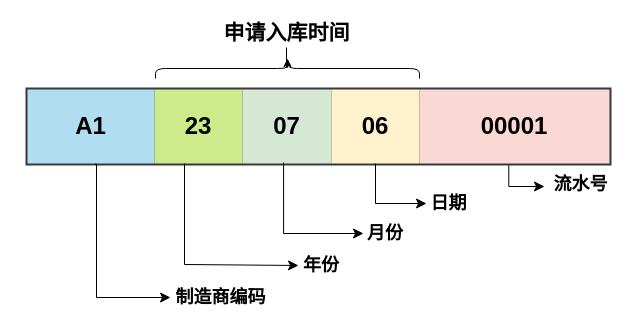
sjxbg/xmindfile keeps this draw.io diagram as 未命名绘图.drawio. Above is the earlier version. Source tidied: cells renumbered, new cells numbered last; positions are measured from the earlier drawing's top-left corner, leaving out a move shared by most shapes. Both pictures are drawn from the tidied source at 100%, with x=0, y=0 at pixel (27, 17).
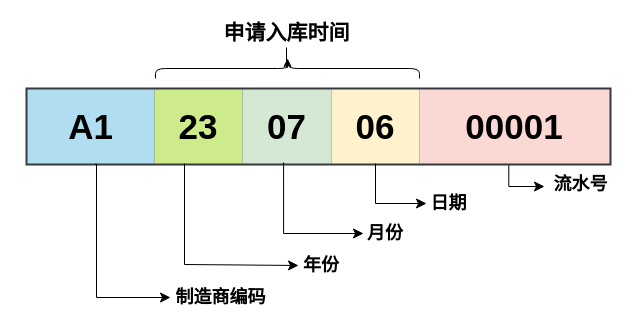
The same diagram, later.

The change refers to these unchanged cells:
```xml
<mxCell id="3" style="shape=tableRow;horizontal=0;startSize=0;swimlaneHead=0;swimlaneBody=0;strokeColor=inherit;top=0;left=0;bottom=0;right=0;fillColor=none;points=[[0,0.5],[1,0.5]];portConstraint=eastwest;fontSize=16;" parent="2" vertex="1">
  <mxGeometry width="582" height="74" as="geometry" />
</mxCell>
```

Change to the diagram source:
```diff
@@
-    <mxCell id="4" value="&lt;font style=&quot;font-size: 24px;&quot;&gt;A1&lt;/font&gt;" style="shape=partialRectangle;html=1;whiteSpace=wrap;strokeColor=#000000;overflow=hidden;fillColor=#b1ddf0;top=0;left=0;bottom=0;right=0;fontSize=24;fontStyle=1;strokeWidth=20;" parent="3" vertex="1">
+    <mxCell id="4" value="&lt;font style=&quot;font-size: 35px;&quot;&gt;A1&lt;/font&gt;" style="shape=partialRectangle;html=1;whiteSpace=wrap;strokeColor=#000000;overflow=hidden;fillColor=#b1ddf0;top=0;left=0;bottom=0;right=0;fontSize=35;fontStyle=1;strokeWidth=20;" parent="3" vertex="1">
       <mxGeometry width="127" height="74" as="geometry" />
     </mxCell>
-    <mxCell id="5" value="&lt;b style=&quot;font-size: 24px;&quot;&gt;&lt;font style=&quot;font-size: 24px;&quot;&gt;23&lt;/font&gt;&lt;/b&gt;" style="shape=partialRectangle;html=1;whiteSpace=wrap;strokeColor=#36393d;overflow=hidden;fillColor=#cdeb8b;top=0;left=0;bottom=0;right=0;fontSize=24;strokeWidth=20;" parent="3" vertex="1">
+    <mxCell id="5" value="&lt;b style=&quot;font-size: 35px;&quot;&gt;&lt;font style=&quot;font-size: 35px;&quot;&gt;23&lt;/font&gt;&lt;/b&gt;" style="shape=partialRectangle;html=1;whiteSpace=wrap;strokeColor=#36393d;overflow=hidden;fillColor=#cdeb8b;top=0;left=0;bottom=0;right=0;fontSize=35;strokeWidth=20;" parent="3" vertex="1">
       <mxGeometry x="127" width="88" height="74" as="geometry" />
     </mxCell>
-    <mxCell id="6" value="&lt;b style=&quot;border-color: var(--border-color); font-size: 24px;&quot;&gt;&lt;font style=&quot;border-color: var(--border-color); font-size: 24px;&quot;&gt;07&lt;/font&gt;&lt;/b&gt;" style="shape=partialRectangle;html=1;whiteSpace=wrap;strokeColor=#82b366;overflow=hidden;fillColor=#d5e8d4;top=0;left=0;bottom=0;right=0;fontSize=24;strokeWidth=20;" parent="3" vertex="1">
+    <mxCell id="6" value="&lt;b style=&quot;border-color: var(--border-color); font-size: 35px;&quot;&gt;&lt;font style=&quot;border-color: var(--border-color); font-size: 35px;&quot;&gt;07&lt;/font&gt;&lt;/b&gt;" style="shape=partialRectangle;html=1;whiteSpace=wrap;strokeColor=#82b366;overflow=hidden;fillColor=#d5e8d4;top=0;left=0;bottom=0;right=0;fontSize=35;strokeWidth=20;" parent="3" vertex="1">
       <mxGeometry x="215" width="89" height="74" as="geometry" />
     </mxCell>
-    <mxCell id="7" value="&lt;b style=&quot;border-color: var(--border-color); font-size: 24px;&quot;&gt;&lt;font style=&quot;border-color: var(--border-color); font-size: 24px;&quot;&gt;06&lt;/font&gt;&lt;/b&gt;" style="shape=partialRectangle;html=1;whiteSpace=wrap;strokeColor=#d6b656;overflow=hidden;fillColor=#fff2cc;top=0;left=0;bottom=0;right=0;fontSize=24;strokeWidth=20;" parent="3" vertex="1">
+    <mxCell id="7" value="&lt;b style=&quot;border-color: var(--border-color); font-size: 35px;&quot;&gt;&lt;font style=&quot;border-color: var(--border-color); font-size: 35px;&quot;&gt;06&lt;/font&gt;&lt;/b&gt;" style="shape=partialRectangle;html=1;whiteSpace=wrap;strokeColor=#d6b656;overflow=hidden;fillColor=#fff2cc;top=0;left=0;bottom=0;right=0;fontSize=35;strokeWidth=20;" parent="3" vertex="1">
       <mxGeometry x="304" width="88" height="74" as="geometry" />
     </mxCell>
-    <mxCell id="8" value="&lt;b style=&quot;font-size: 24px;&quot;&gt;&lt;font style=&quot;font-size: 24px;&quot;&gt;00001&lt;/font&gt;&lt;/b&gt;" style="shape=partialRectangle;html=1;whiteSpace=wrap;strokeColor=#000000;overflow=hidden;fillColor=#fad9d5;top=0;left=0;bottom=0;right=0;fontSize=24;strokeWidth=20;" parent="3" vertex="1">
+    <mxCell id="8" value="&lt;b style=&quot;font-size: 35px;&quot;&gt;&lt;font style=&quot;font-size: 35px;&quot;&gt;00001&lt;/font&gt;&lt;/b&gt;" style="shape=partialRectangle;html=1;whiteSpace=wrap;strokeColor=#000000;overflow=hidden;fillColor=#fad9d5;top=0;left=0;bottom=0;right=0;fontSize=35;strokeWidth=20;" parent="3" vertex="1">
       <mxGeometry x="392" width="190" height="74" as="geometry" />
     </mxCell>
```
